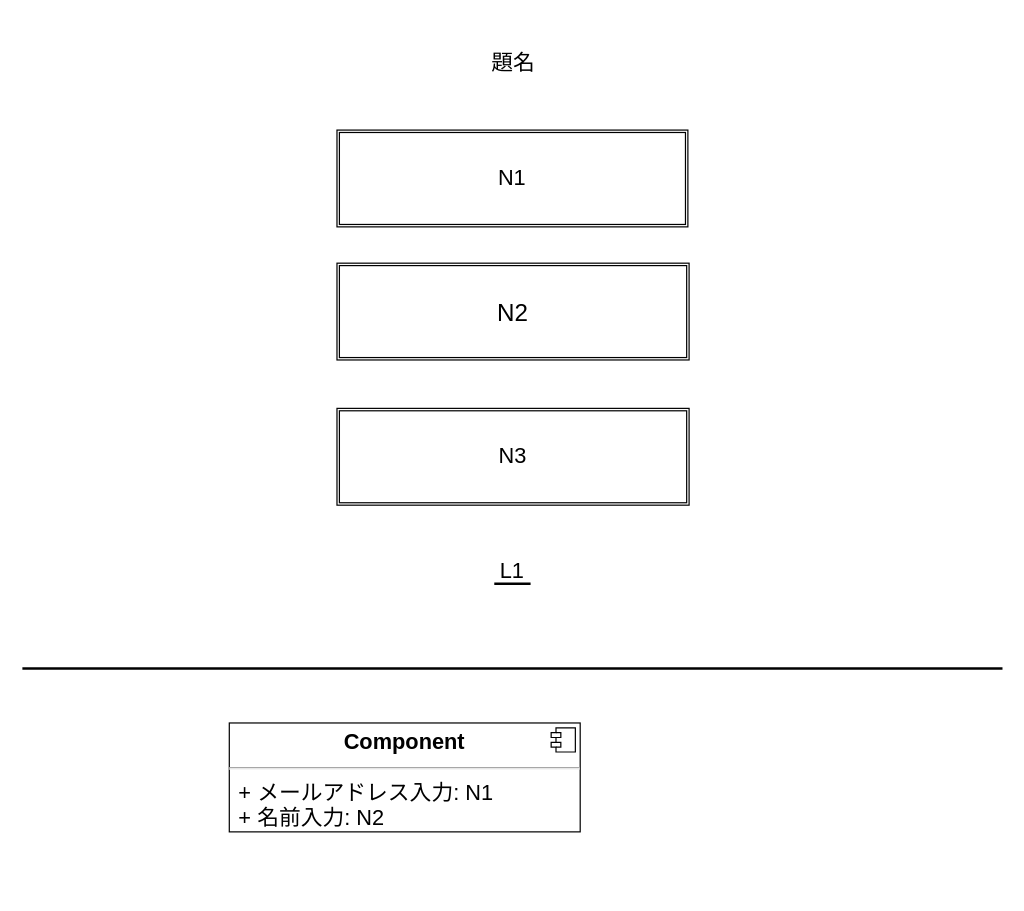
Above: page "ページ4" (4 of 4) of 画面設計.drawio in ringohoka/AnnounceSituation (draw.io), before the change. Source tidied: cells renumbered, new cells numbered last; positions are measured from the earlier drawing's top-left corner, leaving out a move shared by most shapes. Both pictures are drawn from the tidied source at 121%, with x=0, y=0 at pixel (22, 21).
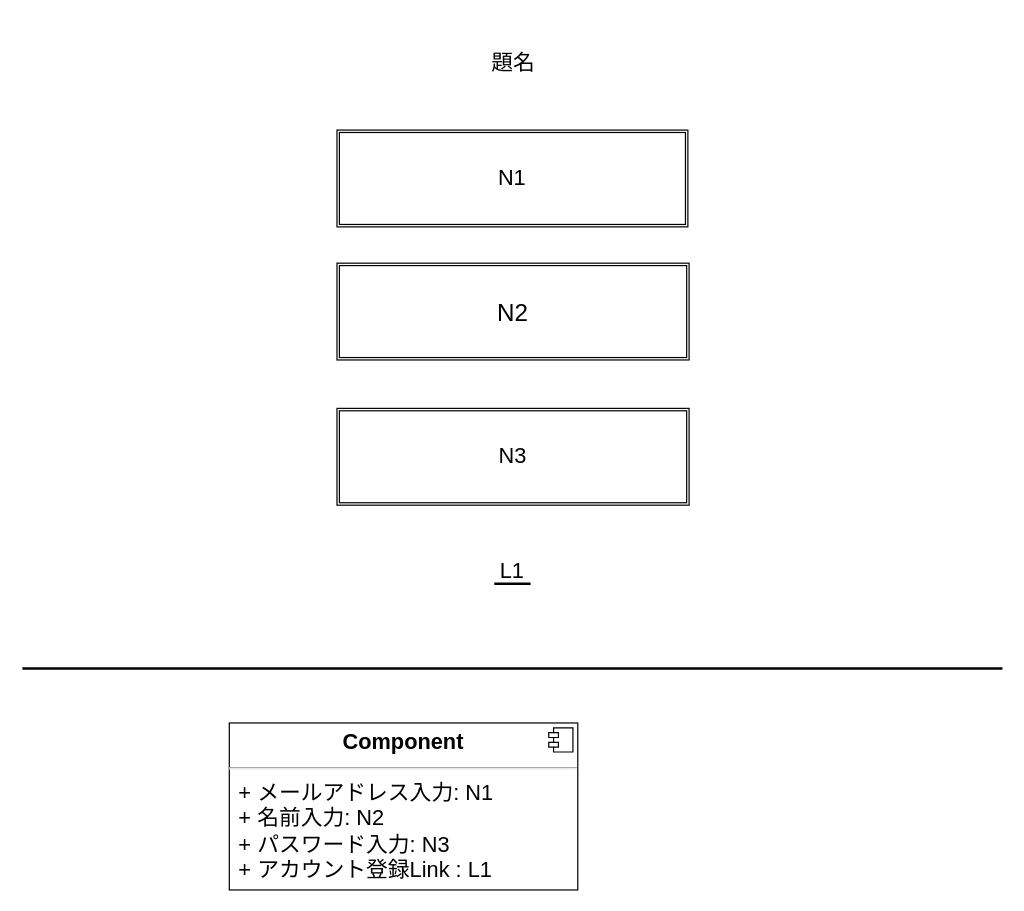
The same page after the edit.

The edit, as a diff of the source:
```diff
@@
 <mxGraphModel>
   <root>
     <mxCell id="0" />
     <mxCell id="1" parent="0" />
     <mxCell id="2" style="line;strokeWidth=2;html=1;" parent="1" vertex="1">
       <mxGeometry y="530" width="810" height="10" as="geometry" />
     </mxCell>
     <mxCell id="3" value="N1" style="shape=ext;double=1;rounded=0;whiteSpace=wrap;html=1;fontSize=18;" parent="1" vertex="1">
       <mxGeometry x="260" y="90" width="290" height="80" as="geometry" />
     </mxCell>
     <mxCell id="4" value="N2" style="shape=ext;double=1;rounded=0;whiteSpace=wrap;html=1;fontSize=20;" parent="1" vertex="1">
       <mxGeometry x="260" y="200" width="291" height="80" as="geometry" />
     </mxCell>
     <mxCell id="5" value="題名" style="text;html=1;strokeColor=none;fillColor=none;align=center;verticalAlign=middle;whiteSpace=wrap;rounded=0;fontSize=18;" parent="1" vertex="1">
       <mxGeometry x="281" width="250" height="70" as="geometry" />
     </mxCell>
     <mxCell id="6" value="L1" style="text;html=1;strokeColor=none;fillColor=none;align=center;verticalAlign=middle;whiteSpace=wrap;rounded=0;fontSize=18;" parent="1" vertex="1">
       <mxGeometry x="375" y="440" width="60" height="30" as="geometry" />
     </mxCell>
     <mxCell id="7" style="line;strokeWidth=2;html=1;fontSize=18;" parent="1" vertex="1">
       <mxGeometry x="390" y="460" width="30" height="10" as="geometry" />
     </mxCell>
-    <mxCell id="8" value="&lt;p style=&quot;margin:0px;margin-top:6px;text-align:center;&quot;&gt;&lt;b&gt;Component&lt;/b&gt;&lt;/p&gt;&lt;hr&gt;&lt;p style=&quot;margin:0px;margin-left:8px;&quot;&gt;+ メールアドレス入力: N1&lt;br&gt;+ 名前入力: N2&lt;/p&gt;&lt;p style=&quot;margin:0px;margin-left:8px;&quot;&gt;&lt;br&gt;&lt;/p&gt;" style="align=left;overflow=fill;html=1;fontSize=18;" parent="1" vertex="1">
-      <mxGeometry x="171" y="580" width="290" height="90" as="geometry" />
+    <mxCell id="8" value="&lt;p style=&quot;margin:0px;margin-top:6px;text-align:center;&quot;&gt;&lt;b&gt;Component&lt;/b&gt;&lt;/p&gt;&lt;hr&gt;&lt;p style=&quot;margin:0px;margin-left:8px;&quot;&gt;+ メールアドレス入力: N1&lt;br&gt;+ 名前入力: N2&lt;/p&gt;&lt;p style=&quot;margin:0px;margin-left:8px;&quot;&gt;+ パスワード入力: N3&lt;/p&gt;&lt;p style=&quot;margin:0px;margin-left:8px;&quot;&gt;+ アカウント登録Link : L1&lt;/p&gt;" style="align=left;overflow=fill;html=1;fontSize=18;" parent="1" vertex="1">
+      <mxGeometry x="171" y="580" width="288" height="138" as="geometry" />
     </mxCell>
     <mxCell id="9" style="shape=component;jettyWidth=8;jettyHeight=4;fontSize=18;" parent="8" vertex="1">
       <mxGeometry x="1" width="20" height="20" relative="1" as="geometry">
         <mxPoint x="-24" y="4" as="offset" />
       </mxGeometry>
     </mxCell>
     <mxCell id="10" value="N3" style="shape=ext;double=1;rounded=0;whiteSpace=wrap;html=1;fontSize=18;" parent="1" vertex="1">
       <mxGeometry x="260" y="320" width="291" height="80" as="geometry" />
     </mxCell>
   </root>
 </mxGraphModel>
```
